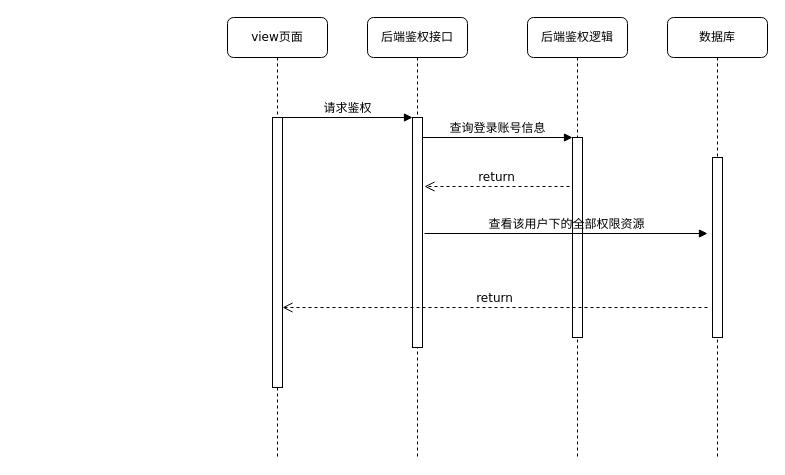
FelixTt/repositoryForDraw.io keeps this draw.io diagram as 登录授权时序图.drawio. Above is the earlier version. Source tidied: cells renumbered, new cells numbered last; positions are measured from the earlier drawing's top-left corner, leaving out a move shared by most shapes. Both pictures are drawn from the tidied source at 100%, with x=0, y=0 at pixel (227, 17).
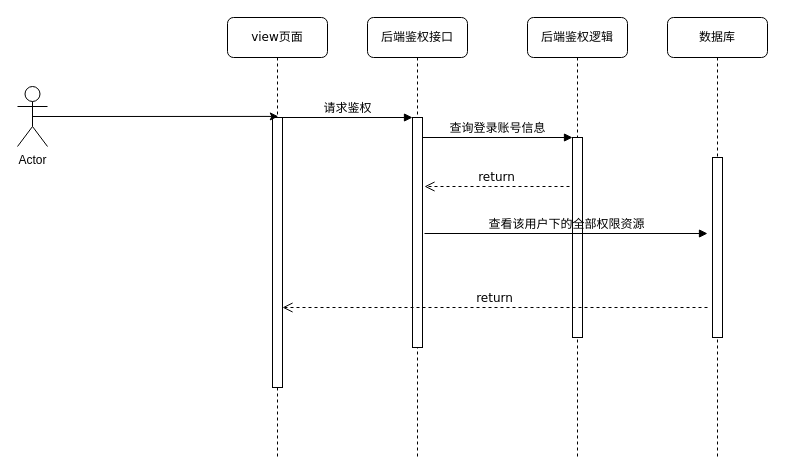
The same page after the edit.

Commit message (it also covers changes not shown here):
更新登录授权时序图.drawio

Unchanged cells that the change refers to:
```xml
<mxCell id="8" style="html=1;points=[];perimeter=orthogonalPerimeter;rounded=0;shadow=0;comic=0;labelBackgroundColor=none;strokeWidth=1;fontFamily=Verdana;fontSize=12;align=center;" parent="7" vertex="1">
  <mxGeometry x="45" y="100" width="10" height="270" as="geometry" />
</mxCell>
```

Change to the diagram source:
```diff
@@
+    <mxCell id="15" value="Actor" style="shape=umlActor;verticalLabelPosition=bottom;verticalAlign=top;html=1;" parent="1" vertex="1">
+      <mxGeometry x="-210" y="69" width="30" height="60" as="geometry" />
+    </mxCell>
+    <mxCell id="16" style="endArrow=classic;html=1;rounded=0;exitX=0.5;exitY=0.5;exitDx=0;exitDy=0;exitPerimeter=0;entryX=0.58;entryY=-0.004;entryDx=0;entryDy=0;entryPerimeter=0;" parent="1" edge="1" source="15" target="8">
+      <mxGeometry relative="1" as="geometry" />
+    </mxCell>
```
